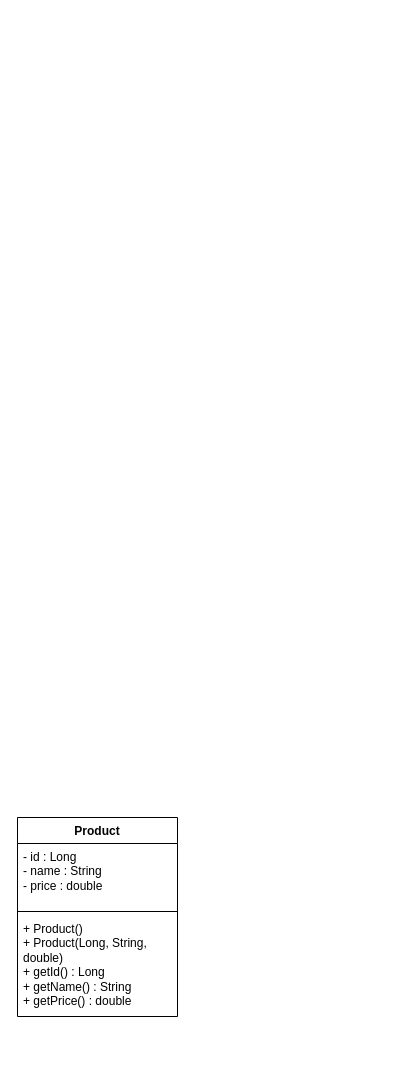
This is products-api-master/docs/uml/Product.drawio from Chaudhry-pixel/products-api-master, a draw.io file, before an edit. Source tidied: cells renumbered, new cells numbered last; positions are measured from the earlier drawing's top-left corner, leaving out a move shared by most shapes. Both pictures are drawn from the tidied source at 100%, with x=0, y=0 at pixel (17, 817).
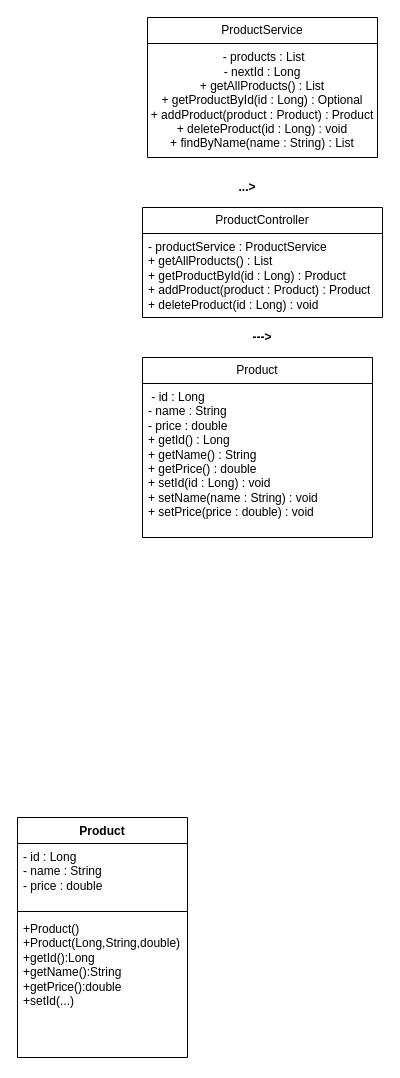
Above is the later version.

Commit message (it also covers changes not shown here):
Tutorial 3: ProductService with List - four CRUD endpoints working"

The edit, as a diff of the source:
```diff
@@
 <mxGraphModel>
   <root>
     <mxCell id="0" />
     <mxCell id="1" parent="0" />
     <mxCell id="2" value="Product" style="swimlane;fontStyle=1;align=center;verticalAlign=top;horizontal=1;startSize=26;whiteSpace=wrap;html=1;" parent="1" vertex="1">
-      <mxGeometry width="160" height="199" as="geometry" />
+      <mxGeometry width="170" height="240" as="geometry" />
     </mxCell>
     <mxCell id="3" value="&lt;div&gt;- id : Long&lt;/div&gt;&lt;div&gt;- name : String&lt;/div&gt;&lt;div&gt;- price : double&lt;/div&gt;" style="text;strokeColor=none;fillColor=none;align=left;verticalAlign=top;spacingLeft=4;spacingRight=4;overflow=hidden;whiteSpace=wrap;html=1;" parent="2" vertex="1">
-      <mxGeometry y="26" width="160" height="64" as="geometry" />
+      <mxGeometry y="26" width="170" height="64" as="geometry" />
     </mxCell>
     <mxCell id="4" style="line;strokeWidth=1;fillColor=none;align=left;verticalAlign=middle;spacingTop=-1;spacingLeft=3;spacingRight=3;labelPosition=right;strokeColor=inherit;" parent="2" vertex="1">
-      <mxGeometry y="90" width="160" height="8" as="geometry" />
+      <mxGeometry y="90" width="170" height="8" as="geometry" />
     </mxCell>
-    <mxCell id="5" value="&lt;div&gt;&lt;span&gt;+ Product()&lt;/span&gt;&lt;/div&gt;&lt;div&gt;&lt;span style=&quot;background-color: transparent;&quot;&gt;+ Product(Long, String, double)&lt;/span&gt;&lt;/div&gt;&lt;div&gt;&lt;span style=&quot;background-color: transparent; color: light-dark(rgb(0, 0, 0), rgb(255, 255, 255));&quot;&gt;+ getId() : Long&lt;/span&gt;&lt;/div&gt;&lt;div&gt;&lt;span&gt;+ getName() : String&lt;/span&gt;&lt;/div&gt;&lt;div&gt;&lt;span&gt;+ getPrice() : double&lt;/span&gt;&lt;/div&gt;" style="text;strokeColor=none;fillColor=none;align=left;verticalAlign=top;spacingLeft=4;spacingRight=4;overflow=hidden;whiteSpace=wrap;html=1;" parent="2" vertex="1">
-      <mxGeometry y="98" width="160" height="101" as="geometry" />
+    <mxCell id="5" value="+Product()&lt;div&gt;+Product(Long,String,double)&lt;/div&gt;&lt;div&gt;+getId():Long&lt;/div&gt;&lt;div&gt;+getName():String&lt;/div&gt;&lt;div&gt;+getPrice():double&lt;/div&gt;&lt;div&gt;+setId(...)&lt;/div&gt;&lt;div&gt;&lt;br&gt;&lt;/div&gt;&lt;div&gt;&lt;br&gt;&lt;/div&gt;" style="text;strokeColor=none;fillColor=none;align=left;verticalAlign=top;spacingLeft=4;spacingRight=4;overflow=hidden;whiteSpace=wrap;html=1;" parent="2" vertex="1">
+      <mxGeometry y="98" width="170" height="142" as="geometry" />
     </mxCell>
+    <mxCell id="6" value="Product" style="swimlane;fontStyle=0;horizontal=1;startSize=26;fillColor=none;whiteSpace=wrap;html=1;" parent="1" vertex="1">
+      <mxGeometry x="125" y="-460" width="230" height="180" as="geometry" />
+    </mxCell>
+    <mxCell id="7" value="&amp;nbsp;- id : Long &lt;br/&gt;  - name : String &lt;br/&gt;  - price : double &lt;br/&gt;  + getId() : Long &lt;br/&gt;  + getName() : String &lt;br/&gt;  + getPrice() : double &lt;br/&gt;  + setId(id : Long) : void &lt;br/&gt;  + setName(name : String) : void &lt;br/&gt;  + setPrice(price : double) : void&amp;nbsp;" style="text;strokeColor=none;fillColor=none;align=left;verticalAlign=top;spacingLeft=4;spacingRight=4;overflow=hidden;whiteSpace=wrap;html=1;" parent="6" vertex="1">
+      <mxGeometry y="26" width="230" height="154" as="geometry" />
+    </mxCell>
+    <mxCell id="8" value="ProductService" style="swimlane;fontStyle=0;horizontal=1;startSize=26;fillColor=none;whiteSpace=wrap;html=1;" parent="1" vertex="1">
+      <mxGeometry x="130" y="-800" width="230" height="140" as="geometry" />
+    </mxCell>
+    <mxCell id="9" value="&amp;nbsp;- products : List &lt;br&gt;  - nextId : Long &lt;br&gt;  + getAllProducts() : List &lt;br&gt;  + getProductById(id : Long) : Optional &lt;br&gt;  + addProduct(product : Product) : Product &lt;br&gt;  + deleteProduct(id : Long) : void &lt;br&gt;  + findByName(name : String) : List" style="text;html=1;whiteSpace=wrap;strokeColor=none;fillColor=none;align=center;verticalAlign=middle;rounded=0;" parent="8" vertex="1">
+      <mxGeometry y="26" width="230" height="114" as="geometry" />
+    </mxCell>
+    <mxCell id="10" value="ProductController" style="swimlane;fontStyle=0;horizontal=1;startSize=26;fillColor=none;whiteSpace=wrap;html=1;" parent="1" vertex="1">
+      <mxGeometry x="125" y="-610" width="240" height="110" as="geometry" />
+    </mxCell>
+    <mxCell id="11" value="- productService : ProductService&amp;nbsp;&lt;div&gt;+ getAllProducts() : List&amp;nbsp;&lt;div&gt;+ getProductById(id : Long) : Product&amp;nbsp;&lt;/div&gt;&lt;div&gt;&lt;span style=&quot;background-color: transparent; color: light-dark(rgb(0, 0, 0), rgb(255, 255, 255));&quot;&gt;+ addProduct(product : Product) : Product &lt;br/&gt;  + deleteProduct(id : Long) : void&amp;nbsp;&lt;/span&gt;&lt;/div&gt;&lt;/div&gt;" style="text;strokeColor=none;fillColor=none;align=left;verticalAlign=top;spacingLeft=4;spacingRight=4;overflow=hidden;whiteSpace=wrap;html=1;" parent="10" vertex="1">
+      <mxGeometry y="26" width="240" height="84" as="geometry" />
+    </mxCell>
+    <mxCell id="12" value="&lt;b&gt;...&amp;gt;&lt;/b&gt;" style="text;html=1;whiteSpace=wrap;strokeColor=none;fillColor=none;align=center;verticalAlign=middle;rounded=0;" parent="1" vertex="1">
+      <mxGeometry x="170" y="-660" width="120" height="60" as="geometry" />
+    </mxCell>
+    <mxCell id="13" value="&lt;b&gt;---&amp;gt;&lt;/b&gt;" style="text;html=1;whiteSpace=wrap;strokeColor=none;fillColor=none;align=center;verticalAlign=middle;rounded=0;" parent="1" vertex="1">
+      <mxGeometry x="215" y="-495" width="60" height="30" as="geometry" />
+    </mxCell>
   </root>
 </mxGraphModel>
```
